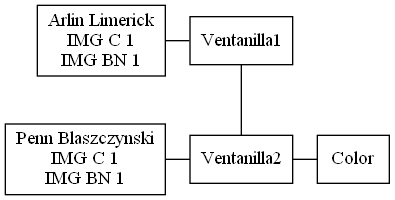
d-acetun/simulacion-sistema-impresion-de-imagenes keeps this Graphviz diagram as Fase1/listaVentanillas.png. Above is the earlier version. Its source is kept beside it as Fase1/listaVentanillas.dot.
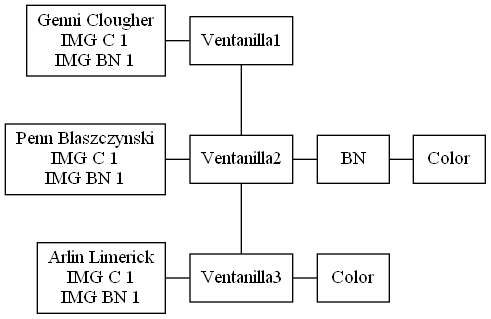
Later version of the same file.

The edit, as a diff of the source:
```diff
@@ -2,16 +2,27 @@
 node[shape=box]
 edge[arrowhead=none]
 0 [label=Ventanilla1]
-1 [label="Arlin Limerick\nIMG C 1\nIMG BN 1"]
+1 [label="Genni Clougher\nIMG C 1\nIMG BN 1"]
 2 [label=Ventanilla2]
 3 [label="Penn Blaszczynski\nIMG C 1\nIMG BN 1"]
-4[label=Color]
+4[label=BN]
+5[label=Color]
+6 [label=Ventanilla3]
+7 [label="Arlin Limerick\nIMG C 1\nIMG BN 1"]
+8[label=Color]
 1->0
 0->2
 3->2
 2->4
+4->5
+2->6
+7->6
+6->8
 {rank=same; 1; 0}
 {rank=same; 3; 2}
 {rank=same; 2; 4}
+{rank=same; 4; 5}
+{rank=same; 7; 6}
+{rank=same; 6; 8}
 rankdir=TB
 }
```
